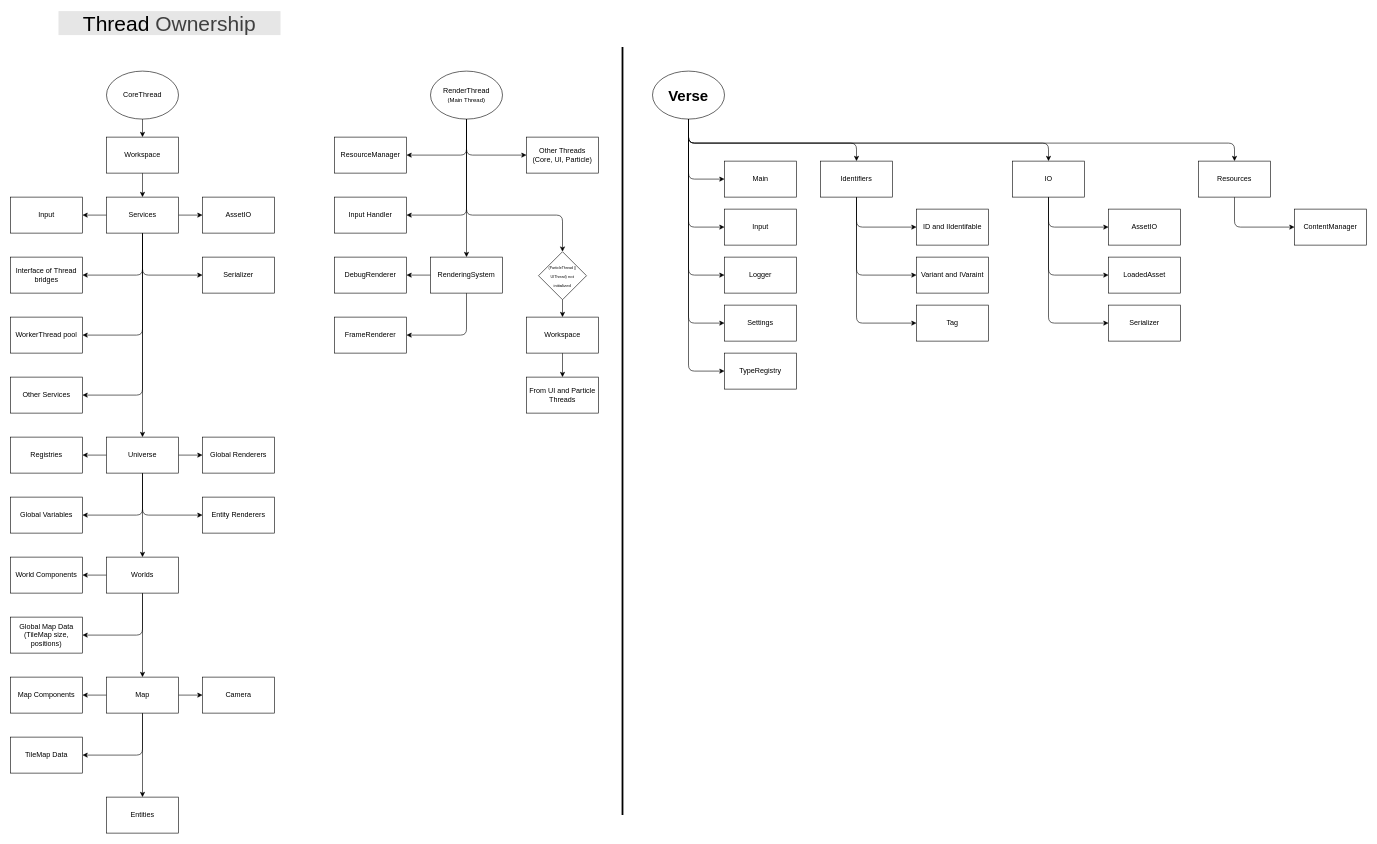
The draw.io diagram docs/SystemDocs/EngineArchitecture.drawio in mardanPolis/Luminix, before the edit. Source tidied: cells renumbered, new cells numbered last; positions are measured from the earlier drawing's top-left corner, leaving out a move shared by most shapes. Both pictures are drawn from the tidied source at 60%, with x=0, y=0 at pixel (10, 11).
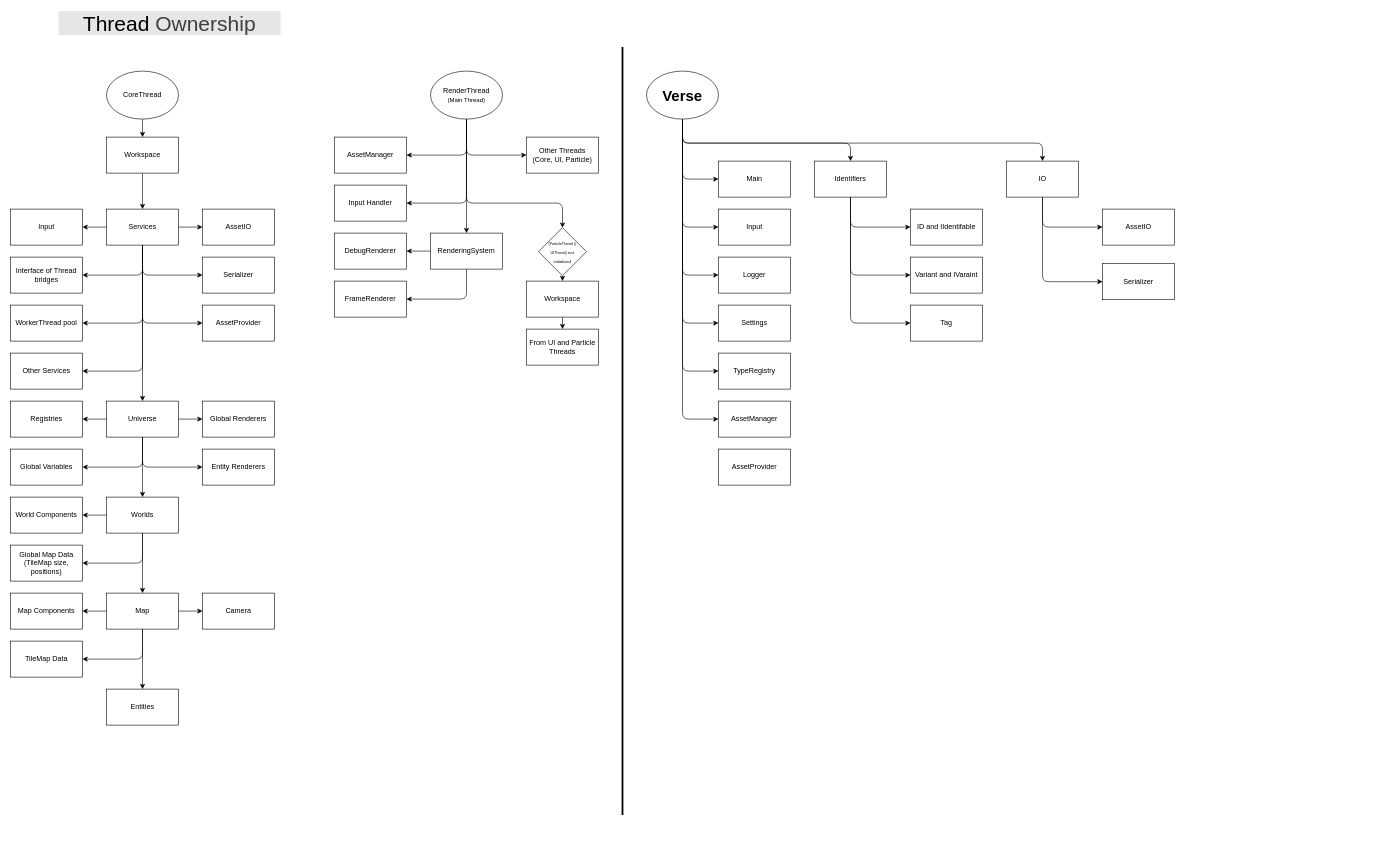
After the change.

Unchanged cells that the change refers to:
```xml
<mxCell id="48" value="RenderThread&lt;div&gt;&lt;font style=&quot;font-size: 10px;&quot;&gt;(Main Thread)&lt;/font&gt;&lt;/div&gt;" style="ellipse;whiteSpace=wrap;html=1;" parent="1" vertex="1">
  <mxGeometry x="700" y="100" width="120" height="80" as="geometry" />
</mxCell>
```

What changed in the source:
```diff
@@
     <mxCell id="5" style="edgeStyle=none;html=1;entryX=0;entryY=0.5;entryDx=0;entryDy=0;" parent="1" edge="1" source="9" target="18">
       <mxGeometry relative="1" as="geometry">
         <Array as="points">
-          <mxPoint x="220" y="840" />
+          <mxPoint x="220" y="760" />
         </Array>
       </mxGeometry>
     </mxCell>
@@
     <mxCell id="8" style="edgeStyle=none;html=1;entryX=1;entryY=0.5;entryDx=0;entryDy=0;" parent="1" edge="1" source="9" target="42">
       <mxGeometry relative="1" as="geometry">
         <Array as="points">
-          <mxPoint x="220" y="840" />
+          <mxPoint x="220" y="760" />
         </Array>
       </mxGeometry>
     </mxCell>
     <mxCell id="9" value="Universe" style="rounded=0;whiteSpace=wrap;html=1;" parent="1" vertex="1">
-      <mxGeometry x="160" y="710" width="120" height="60" as="geometry" />
+      <mxGeometry x="160" y="650" width="120" height="60" as="geometry" />
     </mxCell>
@@
     <mxCell id="11" style="edgeStyle=none;html=1;entryX=1;entryY=0.5;entryDx=0;entryDy=0;" parent="1" edge="1" source="13" target="17">
       <mxGeometry relative="1" as="geometry">
         <Array as="points">
-          <mxPoint x="220" y="1040" />
+          <mxPoint x="220" y="920" />
         </Array>
       </mxGeometry>
     </mxCell>
@@
     <mxCell id="13" value="Worlds" style="rounded=0;whiteSpace=wrap;html=1;" parent="1" vertex="1">
-      <mxGeometry x="160" y="910" width="120" height="60" as="geometry" />
+      <mxGeometry x="160" y="810" width="120" height="60" as="geometry" />
     </mxCell>
     <mxCell id="14" value="World Components" style="rounded=0;whiteSpace=wrap;html=1;" parent="1" vertex="1">
-      <mxGeometry y="910" width="120" height="60" as="geometry" />
+      <mxGeometry y="810" width="120" height="60" as="geometry" />
     </mxCell>
@@
     <mxCell id="17" value="Global Map Data&lt;br&gt;(TileMap size, positions)" style="rounded=0;whiteSpace=wrap;html=1;" parent="1" vertex="1">
-      <mxGeometry y="1010" width="120" height="60" as="geometry" />
+      <mxGeometry y="890" width="120" height="60" as="geometry" />
     </mxCell>
     <mxCell id="18" value="Entity Renderers" style="rounded=0;whiteSpace=wrap;html=1;" parent="1" vertex="1">
-      <mxGeometry x="320" y="810" width="120" height="60" as="geometry" />
+      <mxGeometry x="320" y="730" width="120" height="60" as="geometry" />
     </mxCell>
     <mxCell id="19" value="Global Renderers" style="rounded=0;whiteSpace=wrap;html=1;" parent="1" vertex="1">
-      <mxGeometry x="320" y="710" width="120" height="60" as="geometry" />
+      <mxGeometry x="320" y="650" width="120" height="60" as="geometry" />
     </mxCell>
@@
     <mxCell id="21" value="Input" style="rounded=0;whiteSpace=wrap;html=1;" parent="1" vertex="1">
-      <mxGeometry y="310" width="120" height="60" as="geometry" />
+      <mxGeometry y="330" width="120" height="60" as="geometry" />
     </mxCell>
@@
     <mxCell id="23" value="Other Services" style="rounded=0;whiteSpace=wrap;html=1;" parent="1" vertex="1">
-      <mxGeometry y="610" width="120" height="60" as="geometry" />
+      <mxGeometry y="570" width="120" height="60" as="geometry" />
     </mxCell>
@@
     <mxCell id="27" style="edgeStyle=none;html=1;entryX=1;entryY=0.5;entryDx=0;entryDy=0;" parent="1" edge="1" source="28" target="40">
       <mxGeometry relative="1" as="geometry">
         <Array as="points">
-          <mxPoint x="220" y="1240" />
+          <mxPoint x="220" y="1080" />
         </Array>
       </mxGeometry>
     </mxCell>
     <mxCell id="28" value="Map" style="rounded=0;whiteSpace=wrap;html=1;" parent="1" vertex="1">
-      <mxGeometry x="160" y="1110" width="120" height="60" as="geometry" />
+      <mxGeometry x="160" y="970" width="120" height="60" as="geometry" />
     </mxCell>
@@
     <mxCell id="30" style="edgeStyle=none;html=1;entryX=1;entryY=0.5;entryDx=0;entryDy=0;" parent="1" edge="1" source="36" target="23">
       <mxGeometry relative="1" as="geometry">
         <Array as="points">
-          <mxPoint x="220" y="640" />
+          <mxPoint x="220" y="600" />
         </Array>
       </mxGeometry>
     </mxCell>
@@
     <mxCell id="33" style="edgeStyle=none;html=1;entryX=1;entryY=0.5;entryDx=0;entryDy=0;" parent="1" edge="1" source="36" target="62">
       <mxGeometry relative="1" as="geometry">
         <Array as="points">
-          <mxPoint x="220" y="540" />
+          <mxPoint x="220" y="520" />
         </Array>
       </mxGeometry>
     </mxCell>
@@
+    <mxCell id="97" style="edgeStyle=none;html=1;entryX=0;entryY=0.5;entryDx=0;entryDy=0;" parent="1" edge="1" source="36" target="99">
+      <mxGeometry relative="1" as="geometry">
+        <Array as="points">
+          <mxPoint x="220" y="520" />
+        </Array>
+      </mxGeometry>
+    </mxCell>
     <mxCell id="36" value="Services" style="rounded=0;whiteSpace=wrap;html=1;" parent="1" vertex="1">
-      <mxGeometry x="160" y="310" width="120" height="60" as="geometry" />
+      <mxGeometry x="160" y="330" width="120" height="60" as="geometry" />
     </mxCell>
     <mxCell id="37" value="Map Components" style="rounded=0;whiteSpace=wrap;html=1;" parent="1" vertex="1">
-      <mxGeometry y="1110" width="120" height="60" as="geometry" />
+      <mxGeometry y="970" width="120" height="60" as="geometry" />
     </mxCell>
     <mxCell id="38" value="Camera" style="rounded=0;whiteSpace=wrap;html=1;" parent="1" vertex="1">
-      <mxGeometry x="320" y="1110" width="120" height="60" as="geometry" />
+      <mxGeometry x="320" y="970" width="120" height="60" as="geometry" />
     </mxCell>
     <mxCell id="39" value="Entities" style="rounded=0;whiteSpace=wrap;html=1;" parent="1" vertex="1">
-      <mxGeometry x="160" y="1310" width="120" height="60" as="geometry" />
+      <mxGeometry x="160" y="1130" width="120" height="60" as="geometry" />
     </mxCell>
     <mxCell id="40" value="TileMap Data" style="rounded=0;whiteSpace=wrap;html=1;" parent="1" vertex="1">
-      <mxGeometry y="1210" width="120" height="60" as="geometry" />
+      <mxGeometry y="1050" width="120" height="60" as="geometry" />
     </mxCell>
     <mxCell id="41" value="Registries" style="rounded=0;whiteSpace=wrap;html=1;" parent="1" vertex="1">
-      <mxGeometry y="710" width="120" height="60" as="geometry" />
+      <mxGeometry y="650" width="120" height="60" as="geometry" />
     </mxCell>
     <mxCell id="42" value="Global Variables" style="rounded=0;whiteSpace=wrap;html=1;" parent="1" vertex="1">
-      <mxGeometry y="810" width="120" height="60" as="geometry" />
+      <mxGeometry y="730" width="120" height="60" as="geometry" />
     </mxCell>
@@
     <mxCell id="44" style="edgeStyle=none;html=1;entryX=1;entryY=0.5;entryDx=0;entryDy=0;" parent="1" edge="1" source="48" target="55">
       <mxGeometry relative="1" as="geometry">
         <Array as="points">
-          <mxPoint x="760" y="340" />
+          <mxPoint x="760" y="320" />
         </Array>
       </mxGeometry>
     </mxCell>
     <mxCell id="45" style="edgeStyle=none;html=1;entryX=0.5;entryY=0;entryDx=0;entryDy=0;" parent="1" edge="1" source="48" target="57">
       <mxGeometry relative="1" as="geometry">
         <Array as="points">
-          <mxPoint x="760" y="340" />
-          <mxPoint x="920" y="340" />
+          <mxPoint x="760" y="320" />
+          <mxPoint x="920" y="320" />
         </Array>
       </mxGeometry>
     </mxCell>
@@
     <mxCell id="49" value="DebugRenderer" style="rounded=0;whiteSpace=wrap;html=1;" parent="1" vertex="1">
-      <mxGeometry x="540" y="410" width="120" height="60" as="geometry" />
+      <mxGeometry x="540" y="370" width="120" height="60" as="geometry" />
     </mxCell>
     <mxCell id="50" style="edgeStyle=none;html=1;entryX=1;entryY=0.5;entryDx=0;entryDy=0;" parent="1" edge="1" source="52" target="54">
       <mxGeometry relative="1" as="geometry">
         <Array as="points">
-          <mxPoint x="760" y="540" />
+          <mxPoint x="760" y="480" />
         </Array>
       </mxGeometry>
     </mxCell>
@@
     <mxCell id="52" value="RenderingSystem" style="rounded=0;whiteSpace=wrap;html=1;" parent="1" vertex="1">
-      <mxGeometry x="700" y="410" width="120" height="60" as="geometry" />
+      <mxGeometry x="700" y="370" width="120" height="60" as="geometry" />
     </mxCell>
-    <mxCell id="53" value="ResourceManager" style="rounded=0;whiteSpace=wrap;html=1;" parent="1" vertex="1">
+    <mxCell id="53" value="AssetManager" style="rounded=0;whiteSpace=wrap;html=1;" parent="1" vertex="1">
       <mxGeometry x="540" y="210" width="120" height="60" as="geometry" />
     </mxCell>
     <mxCell id="54" value="FrameRenderer" style="rounded=0;whiteSpace=wrap;html=1;" parent="1" vertex="1">
-      <mxGeometry x="540" y="510" width="120" height="60" as="geometry" />
+      <mxGeometry x="540" y="450" width="120" height="60" as="geometry" />
     </mxCell>
     <mxCell id="55" value="Input Handler" style="rounded=0;whiteSpace=wrap;html=1;" parent="1" vertex="1">
-      <mxGeometry x="540" y="310" width="120" height="60" as="geometry" />
+      <mxGeometry x="540" y="290" width="120" height="60" as="geometry" />
     </mxCell>
@@
     <mxCell id="57" value="&lt;font style=&quot;font-size: 6px;&quot;&gt;(ParticleThread ||&lt;br&gt;UIThread)&lt;/font&gt;&lt;font style=&quot;font-size: 7px;&quot;&gt; not &lt;br&gt;initialized&lt;/font&gt;" style="rhombus;whiteSpace=wrap;html=1;" parent="1" vertex="1">
-      <mxGeometry x="880" y="401" width="80" height="80" as="geometry" />
+      <mxGeometry x="880" y="361" width="80" height="80" as="geometry" />
     </mxCell>
@@
     <mxCell id="59" value="Workspace" style="rounded=0;whiteSpace=wrap;html=1;" parent="1" vertex="1">
-      <mxGeometry x="860" y="510" width="120" height="60" as="geometry" />
+      <mxGeometry x="860" y="450" width="120" height="60" as="geometry" />
     </mxCell>
     <mxCell id="60" value="From UI and Particle Threads" style="rounded=0;whiteSpace=wrap;html=1;" parent="1" vertex="1">
-      <mxGeometry x="860" y="610" width="120" height="60" as="geometry" />
+      <mxGeometry x="860" y="530" width="120" height="60" as="geometry" />
     </mxCell>
@@
     <mxCell id="62" value="WorkerThread pool" style="rounded=0;whiteSpace=wrap;html=1;" parent="1" vertex="1">
-      <mxGeometry y="510" width="120" height="60" as="geometry" />
+      <mxGeometry y="490" width="120" height="60" as="geometry" />
     </mxCell>
     <mxCell id="63" value="AssetIO" style="rounded=0;whiteSpace=wrap;html=1;" parent="1" vertex="1">
-      <mxGeometry x="320" y="310" width="120" height="60" as="geometry" />
+      <mxGeometry x="320" y="330" width="120" height="60" as="geometry" />
     </mxCell>
@@
     <mxCell id="66" style="edgeStyle=none;html=1;entryX=0.5;entryY=0;entryDx=0;entryDy=0;" parent="1" edge="1" source="74" target="83">
       <mxGeometry relative="1" as="geometry">
         <Array as="points">
-          <mxPoint x="1130" y="220" />
-          <mxPoint x="1410" y="220" />
+          <mxPoint x="1120" y="220" />
+          <mxPoint x="1400" y="220" />
         </Array>
       </mxGeometry>
     </mxCell>
     <mxCell id="67" style="edgeStyle=none;html=1;entryX=0;entryY=0.5;entryDx=0;entryDy=0;" parent="1" edge="1" source="74" target="75">
       <mxGeometry relative="1" as="geometry">
         <Array as="points">
-          <mxPoint x="1130" y="280" />
+          <mxPoint x="1120" y="280" />
         </Array>
       </mxGeometry>
     </mxCell>
     <mxCell id="68" style="edgeStyle=none;html=1;entryX=0;entryY=0.5;entryDx=0;entryDy=0;" parent="1" edge="1" source="74" target="76">
       <mxGeometry relative="1" as="geometry">
         <Array as="points">
-          <mxPoint x="1130" y="360" />
+          <mxPoint x="1120" y="360" />
         </Array>
       </mxGeometry>
     </mxCell>
     <mxCell id="69" style="edgeStyle=none;html=1;entryX=0;entryY=0.5;entryDx=0;entryDy=0;" parent="1" edge="1" source="74" target="77">
       <mxGeometry relative="1" as="geometry">
         <Array as="points">
-          <mxPoint x="1130" y="440" />
+          <mxPoint x="1120" y="440" />
         </Array>
       </mxGeometry>
     </mxCell>
     <mxCell id="70" style="edgeStyle=none;html=1;entryX=0;entryY=0.5;entryDx=0;entryDy=0;" parent="1" edge="1" source="74" target="78">
       <mxGeometry relative="1" as="geometry">
         <Array as="points">
-          <mxPoint x="1130" y="520" />
+          <mxPoint x="1120" y="520" />
         </Array>
       </mxGeometry>
     </mxCell>
     <mxCell id="71" style="edgeStyle=none;html=1;entryX=0;entryY=0.5;entryDx=0;entryDy=0;" parent="1" edge="1" source="74" target="79">
       <mxGeometry relative="1" as="geometry">
         <Array as="points">
-          <mxPoint x="1130" y="600" />
+          <mxPoint x="1120" y="600" />
         </Array>
       </mxGeometry>
     </mxCell>
     <mxCell id="72" style="edgeStyle=none;html=1;entryX=0.5;entryY=0;entryDx=0;entryDy=0;" parent="1" edge="1" source="74" target="90">
       <mxGeometry relative="1" as="geometry">
         <Array as="points">
-          <mxPoint x="1130" y="220" />
-          <mxPoint x="1730" y="220" />
+          <mxPoint x="1120" y="220" />
+          <mxPoint x="1720" y="220" />
         </Array>
       </mxGeometry>
     </mxCell>
-    <mxCell id="73" style="edgeStyle=none;html=1;entryX=0.5;entryY=0;entryDx=0;entryDy=0;" parent="1" edge="1" source="74" target="95">
-      <mxGeometry relative="1" as="geometry">
-        <Array as="points">
-          <mxPoint x="1130" y="220" />
-          <mxPoint x="2040" y="220" />
-        </Array>
-      </mxGeometry>
-    </mxCell>
+    <mxCell id="98" style="edgeStyle=none;html=1;entryX=0;entryY=0.5;entryDx=0;entryDy=0;" parent="1" edge="1" source="74" target="96">
+      <mxGeometry relative="1" as="geometry">
+        <Array as="points">
+          <mxPoint x="1120" y="680" />
+        </Array>
+      </mxGeometry>
+    </mxCell>
     <mxCell id="74" value="&lt;font style=&quot;font-size: 25px;&quot;&gt;&lt;b style=&quot;&quot;&gt;Verse&lt;/b&gt;&lt;/font&gt;" style="ellipse;whiteSpace=wrap;html=1;" parent="1" vertex="1">
-      <mxGeometry x="1070" y="100" width="120" height="80" as="geometry" />
+      <mxGeometry x="1060" y="100" width="120" height="80" as="geometry" />
     </mxCell>
     <mxCell id="75" value="Main" style="rounded=0;whiteSpace=wrap;html=1;" parent="1" vertex="1">
-      <mxGeometry x="1190" y="250" width="120" height="60" as="geometry" />
+      <mxGeometry x="1180" y="250" width="120" height="60" as="geometry" />
     </mxCell>
     <mxCell id="76" value="Input" style="rounded=0;whiteSpace=wrap;html=1;" parent="1" vertex="1">
-      <mxGeometry x="1190" y="330" width="120" height="60" as="geometry" />
+      <mxGeometry x="1180" y="330" width="120" height="60" as="geometry" />
     </mxCell>
     <mxCell id="77" value="Logger" style="rounded=0;whiteSpace=wrap;html=1;" parent="1" vertex="1">
-      <mxGeometry x="1190" y="410" width="120" height="60" as="geometry" />
+      <mxGeometry x="1180" y="410" width="120" height="60" as="geometry" />
     </mxCell>
     <mxCell id="78" value="Settings" style="rounded=0;whiteSpace=wrap;html=1;" parent="1" vertex="1">
-      <mxGeometry x="1190" y="490" width="120" height="60" as="geometry" />
+      <mxGeometry x="1180" y="490" width="120" height="60" as="geometry" />
     </mxCell>
     <mxCell id="79" value="TypeRegistry" style="rounded=0;whiteSpace=wrap;html=1;" parent="1" vertex="1">
-      <mxGeometry x="1190" y="570" width="120" height="60" as="geometry" />
+      <mxGeometry x="1180" y="570" width="120" height="60" as="geometry" />
     </mxCell>
     <mxCell id="80" style="edgeStyle=none;html=1;entryX=0;entryY=0.5;entryDx=0;entryDy=0;" parent="1" edge="1" source="83" target="84">
       <mxGeometry relative="1" as="geometry">
         <Array as="points">
-          <mxPoint x="1410" y="360" />
+          <mxPoint x="1400" y="360" />
         </Array>
       </mxGeometry>
     </mxCell>
     <mxCell id="81" style="edgeStyle=none;html=1;entryX=0;entryY=0.5;entryDx=0;entryDy=0;" parent="1" edge="1" source="83" target="85">
       <mxGeometry relative="1" as="geometry">
         <Array as="points">
-          <mxPoint x="1410" y="440" />
+          <mxPoint x="1400" y="440" />
         </Array>
       </mxGeometry>
     </mxCell>
     <mxCell id="82" style="edgeStyle=none;html=1;entryX=0;entryY=0.5;entryDx=0;entryDy=0;" parent="1" edge="1" source="83" target="86">
       <mxGeometry relative="1" as="geometry">
         <Array as="points">
-          <mxPoint x="1410" y="520" />
+          <mxPoint x="1400" y="520" />
         </Array>
       </mxGeometry>
     </mxCell>
     <mxCell id="83" value="Identifiers" style="rounded=0;whiteSpace=wrap;html=1;" parent="1" vertex="1">
-      <mxGeometry x="1350" y="250" width="120" height="60" as="geometry" />
+      <mxGeometry x="1340" y="250" width="120" height="60" as="geometry" />
     </mxCell>
     <mxCell id="84" value="ID and IIdentifable" style="rounded=0;whiteSpace=wrap;html=1;" parent="1" vertex="1">
-      <mxGeometry x="1510" y="330" width="120" height="60" as="geometry" />
+      <mxGeometry x="1500" y="330" width="120" height="60" as="geometry" />
     </mxCell>
     <mxCell id="85" value="Variant and IVaraint" style="rounded=0;whiteSpace=wrap;html=1;" parent="1" vertex="1">
-      <mxGeometry x="1510" y="410" width="120" height="60" as="geometry" />
+      <mxGeometry x="1500" y="410" width="120" height="60" as="geometry" />
     </mxCell>
     <mxCell id="86" value="Tag" style="rounded=0;whiteSpace=wrap;html=1;" parent="1" vertex="1">
-      <mxGeometry x="1510" y="490" width="120" height="60" as="geometry" />
+      <mxGeometry x="1500" y="490" width="120" height="60" as="geometry" />
     </mxCell>
     <mxCell id="87" style="edgeStyle=none;html=1;entryX=0;entryY=0.5;entryDx=0;entryDy=0;" parent="1" edge="1" source="90" target="91">
       <mxGeometry relative="1" as="geometry">
         <Array as="points">
-          <mxPoint x="1730" y="360" />
+          <mxPoint x="1720" y="360" />
         </Array>
       </mxGeometry>
     </mxCell>
-    <mxCell id="88" style="edgeStyle=none;html=1;entryX=0;entryY=0.5;entryDx=0;entryDy=0;" parent="1" edge="1" source="90" target="92">
-      <mxGeometry relative="1" as="geometry">
-        <Array as="points">
-          <mxPoint x="1730" y="440" />
-        </Array>
-      </mxGeometry>
-    </mxCell>
     <mxCell id="89" style="edgeStyle=none;html=1;entryX=0;entryY=0.5;entryDx=0;entryDy=0;" parent="1" edge="1" source="90" target="93">
       <mxGeometry relative="1" as="geometry">
         <Array as="points">
-          <mxPoint x="1730" y="520" />
+          <mxPoint x="1720" y="451" />
         </Array>
       </mxGeometry>
     </mxCell>
     <mxCell id="90" value="IO" style="rounded=0;whiteSpace=wrap;html=1;" parent="1" vertex="1">
-      <mxGeometry x="1670" y="250" width="120" height="60" as="geometry" />
+      <mxGeometry x="1660" y="250" width="120" height="60" as="geometry" />
     </mxCell>
     <mxCell id="91" value="AssetIO" style="rounded=0;whiteSpace=wrap;html=1;" parent="1" vertex="1">
-      <mxGeometry x="1830" y="330" width="120" height="60" as="geometry" />
+      <mxGeometry x="1820" y="330" width="120" height="60" as="geometry" />
     </mxCell>
-    <mxCell id="92" value="LoadedAsset" style="rounded=0;whiteSpace=wrap;html=1;" parent="1" vertex="1">
-      <mxGeometry x="1830" y="410" width="120" height="60" as="geometry" />
-    </mxCell>
     <mxCell id="93" value="Serializer" style="rounded=0;whiteSpace=wrap;html=1;" parent="1" vertex="1">
-      <mxGeometry x="1830" y="490" width="120" height="60" as="geometry" />
+      <mxGeometry x="1820" y="421" width="120" height="60" as="geometry" />
     </mxCell>
-    <mxCell id="94" style="edgeStyle=none;html=1;entryX=0;entryY=0.5;entryDx=0;entryDy=0;" parent="1" edge="1" source="95" target="96">
-      <mxGeometry relative="1" as="geometry">
-        <Array as="points">
-          <mxPoint x="2040" y="360" />
-        </Array>
-      </mxGeometry>
-    </mxCell>
-    <mxCell id="95" value="Resources" style="rounded=0;whiteSpace=wrap;html=1;" parent="1" vertex="1">
-      <mxGeometry x="1980" y="250" width="120" height="60" as="geometry" />
-    </mxCell>
-    <mxCell id="96" value="ContentManager" style="rounded=0;whiteSpace=wrap;html=1;" parent="1" vertex="1">
-      <mxGeometry x="2140" y="330" width="120" height="60" as="geometry" />
+    <mxCell id="96" value="AssetManager" style="rounded=0;whiteSpace=wrap;html=1;" parent="1" vertex="1">
+      <mxGeometry x="1180" y="650" width="120" height="60" as="geometry" />
     </mxCell>
+    <mxCell id="99" value="AssetProvider" style="rounded=0;whiteSpace=wrap;html=1;" parent="1" vertex="1">
+      <mxGeometry x="320" y="490" width="120" height="60" as="geometry" />
+    </mxCell>
+    <mxCell id="100" value="AssetProvider" style="rounded=0;whiteSpace=wrap;html=1;" parent="1" vertex="1">
+      <mxGeometry x="1180" y="730" width="120" height="60" as="geometry" />
+    </mxCell>
```
